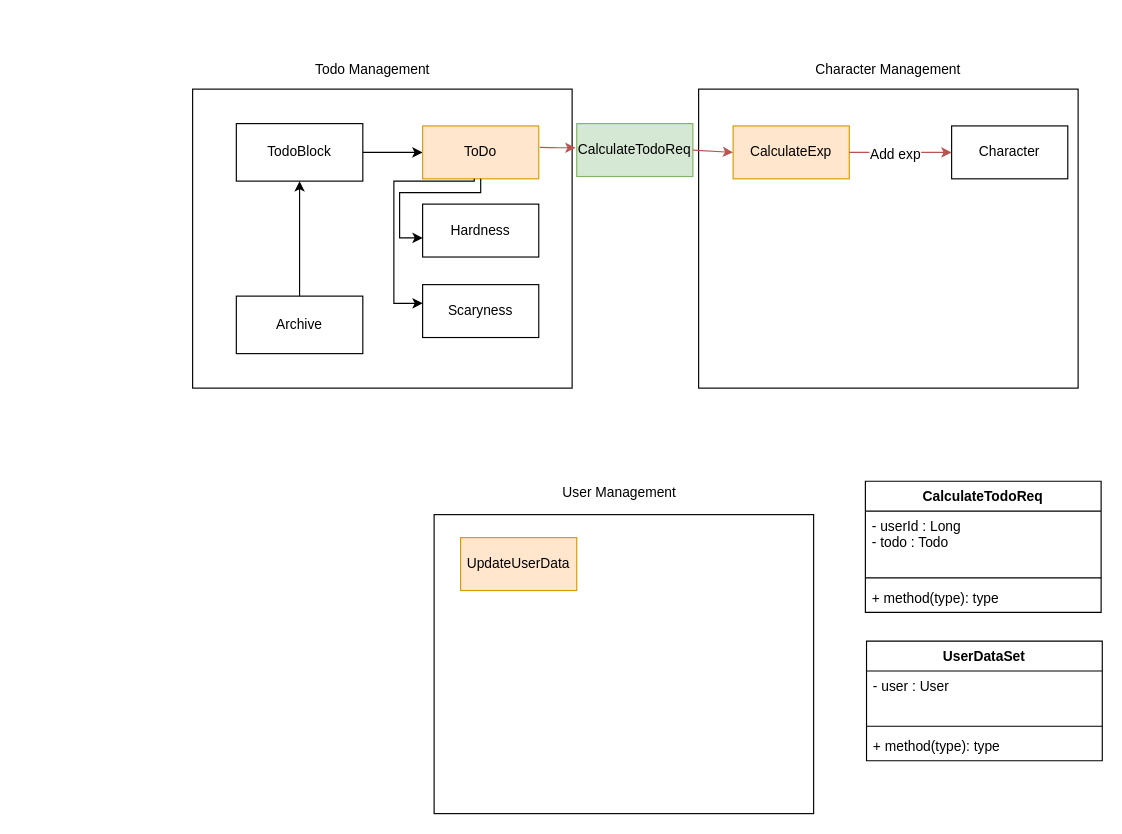
Earlier version of the draw.io diagram Copy of 3projects.drawio (FedosovMax/diagrams). Source tidied: cells renumbered, new cells numbered last; positions are measured from the earlier drawing's top-left corner, leaving out a move shared by most shapes. Both pictures are drawn from the tidied source at 115%, with x=0, y=0 at pixel (192, 57).
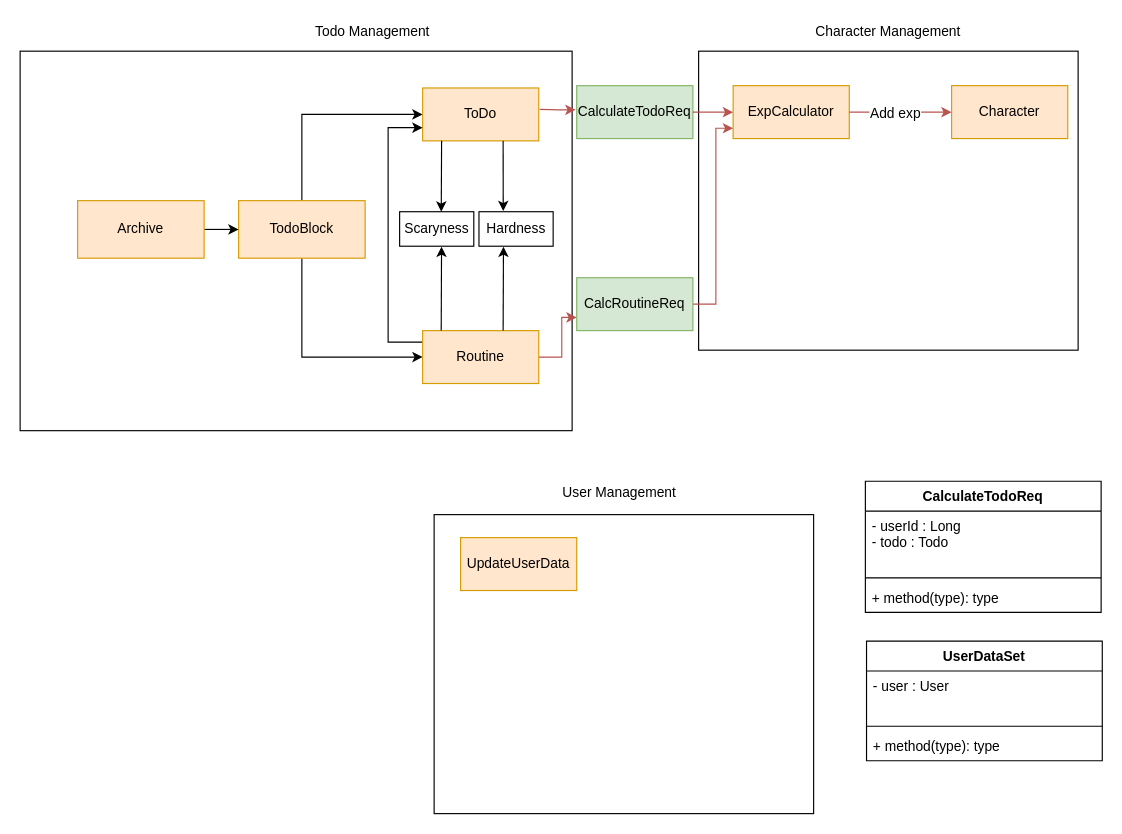
The same diagram, later.

Diff of the diagram source:
```diff
@@
     <mxCell id="2" style="rounded=0;whiteSpace=wrap;html=1;fillColor=none;" parent="1" vertex="1">
-      <mxGeometry y="27" width="330" height="260" as="geometry" />
+      <mxGeometry x="-150" y="-6" width="480" height="330" as="geometry" />
     </mxCell>
     <mxCell id="3" style="rounded=0;whiteSpace=wrap;html=1;fillColor=none;" parent="1" vertex="1">
-      <mxGeometry x="440" y="27" width="330" height="260" as="geometry" />
+      <mxGeometry x="440" y="-6" width="330" height="260" as="geometry" />
     </mxCell>
@@
     <mxCell id="5" value="Todo Management" style="text;html=1;align=left;verticalAlign=top;spacingTop=-4;" parent="1" vertex="1">
-      <mxGeometry x="104.5" width="110" height="20" as="geometry" />
+      <mxGeometry x="104.5" y="-33" width="110" height="20" as="geometry" />
     </mxCell>
     <mxCell id="6" value="Character Management" style="text;html=1;align=left;verticalAlign=top;spacingTop=-4;" parent="1" vertex="1">
-      <mxGeometry x="540" width="140" height="20" as="geometry" />
+      <mxGeometry x="540" y="-33" width="140" height="20" as="geometry" />
     </mxCell>
@@
-    <mxCell id="8" style="edgeStyle=orthogonalEdgeStyle;rounded=0;jettySize=auto;html=1;" parent="1" edge="1" source="9" target="10">
-      <mxGeometry relative="1" as="geometry" />
+    <mxCell id="8" style="edgeStyle=orthogonalEdgeStyle;rounded=0;jettySize=auto;html=1;exitX=0.5;exitY=0;exitDx=0;exitDy=0;" parent="1" edge="1" source="9" target="10">
+      <mxGeometry relative="1" as="geometry">
+        <Array as="points">
+          <mxPoint x="95" y="49" />
+        </Array>
+      </mxGeometry>
     </mxCell>
+    <mxCell id="33" style="edgeStyle=orthogonalEdgeStyle;rounded=0;jettySize=auto;html=1;entryX=0;entryY=0.5;entryDx=0;entryDy=0;exitX=0.5;exitY=1;exitDx=0;exitDy=0;" parent="1" edge="1" source="9" target="36">
+      <mxGeometry relative="1" as="geometry" />
+    </mxCell>
-    <mxCell id="9" value="TodoBlock" style="rounded=0;whiteSpace=wrap;html=1;fillColor=none;" parent="1" vertex="1">
-      <mxGeometry x="38" y="57" width="110" height="50" as="geometry" />
+    <mxCell id="9" value="TodoBlock" style="rounded=0;whiteSpace=wrap;html=1;fillColor=#ffe6cc;strokeColor=#d79b00;" parent="1" vertex="1">
+      <mxGeometry x="40" y="124" width="110" height="50" as="geometry" />
     </mxCell>
     <mxCell id="10" value="ToDo" style="rounded=0;whiteSpace=wrap;html=1;fillColor=#ffe6cc;strokeColor=#d79b00;" parent="1" vertex="1">
-      <mxGeometry x="200" y="59" width="101" height="46" as="geometry" />
+      <mxGeometry x="200" y="26" width="101" height="46" as="geometry" />
     </mxCell>
-    <mxCell id="11" style="edgeStyle=orthogonalEdgeStyle;rounded=0;jettySize=auto;html=1;entryX=0.5;entryY=1;entryDx=0;entryDy=0;" parent="1" edge="1" source="12" target="9">
-      <mxGeometry relative="1" as="geometry" />
+    <mxCell id="11" style="edgeStyle=orthogonalEdgeStyle;rounded=0;jettySize=auto;html=1;entryX=0;entryY=0.5;entryDx=0;entryDy=0;exitX=1;exitY=0.5;exitDx=0;exitDy=0;" parent="1" edge="1" source="12" target="9">
+      <mxGeometry relative="1" as="geometry">
+        <Array as="points">
+          <mxPoint x="40" y="149" />
+          <mxPoint x="40" y="149" />
+        </Array>
+      </mxGeometry>
     </mxCell>
-    <mxCell id="12" value="Archive" style="rounded=0;whiteSpace=wrap;html=1;fillColor=none;" parent="1" vertex="1">
-      <mxGeometry x="38" y="207" width="110" height="50" as="geometry" />
+    <mxCell id="12" value="Archive" style="rounded=0;whiteSpace=wrap;html=1;fillColor=#ffe6cc;strokeColor=#d79b00;" parent="1" vertex="1">
+      <mxGeometry x="-100" y="124" width="110" height="50" as="geometry" />
     </mxCell>
-    <mxCell id="13" value="CalculateExp" style="rounded=0;whiteSpace=wrap;html=1;fillColor=#ffe6cc;strokeColor=#d79b00;" parent="1" vertex="1">
-      <mxGeometry x="470" y="59" width="101" height="46" as="geometry" />
+    <mxCell id="13" value="ExpCalculator" style="rounded=0;whiteSpace=wrap;html=1;fillColor=#ffe6cc;strokeColor=#d79b00;" parent="1" vertex="1">
+      <mxGeometry x="470" y="24" width="101" height="46" as="geometry" />
     </mxCell>
     <mxCell id="14" value="CalculateTodoReq" style="rounded=0;whiteSpace=wrap;html=1;fillColor=#d5e8d4;strokeColor=#82b366;" parent="1" vertex="1">
-      <mxGeometry x="334" y="57" width="101" height="46" as="geometry" />
+      <mxGeometry x="334" y="24" width="101" height="46" as="geometry" />
     </mxCell>
     <mxCell id="15" value="Hardness" style="rounded=0;whiteSpace=wrap;html=1;fillColor=none;" parent="1" vertex="1">
-      <mxGeometry x="200" y="127" width="101" height="46" as="geometry" />
+      <mxGeometry x="249" y="133.6" width="64.5" height="30" as="geometry" />
     </mxCell>
     <mxCell id="16" value="Scaryness" style="rounded=0;whiteSpace=wrap;html=1;fillColor=none;" parent="1" vertex="1">
-      <mxGeometry x="200" y="197" width="101" height="46" as="geometry" />
+      <mxGeometry x="180" y="133.6" width="64.5" height="30" as="geometry" />
     </mxCell>
-    <mxCell id="17" style="edgeStyle=orthogonalEdgeStyle;rounded=0;jettySize=auto;html=1;exitX=0.5;exitY=1;exitDx=0;exitDy=0;entryX=0.001;entryY=0.638;entryDx=0;entryDy=0;entryPerimeter=0;" parent="1" edge="1" source="10" target="15">
-      <mxGeometry relative="1" as="geometry">
-        <Array as="points">
-          <mxPoint x="250" y="117" />
-          <mxPoint x="180" y="117" />
-          <mxPoint x="180" y="156" />
-        </Array>
-      </mxGeometry>
-    </mxCell>
-    <mxCell id="18" style="edgeStyle=orthogonalEdgeStyle;rounded=0;jettySize=auto;html=1;exitX=0.5;exitY=1;exitDx=0;exitDy=0;entryX=0.001;entryY=0.354;entryDx=0;entryDy=0;entryPerimeter=0;" parent="1" edge="1" target="16">
-      <mxGeometry relative="1" as="geometry">
-        <mxPoint x="244.9" y="104.9" as="sourcePoint" />
-        <Array as="points">
-          <mxPoint x="245" y="107" />
-          <mxPoint x="175" y="107" />
-          <mxPoint x="175" y="213" />
-        </Array>
-      </mxGeometry>
-    </mxCell>
     <mxCell id="19" style="endArrow=classic;html=1;exitX=1.009;exitY=0.405;exitDx=0;exitDy=0;exitPerimeter=0;fillColor=#f8cecc;strokeColor=#b85450;" parent="1" edge="1" source="10">
       <mxGeometry relative="1" as="geometry">
-        <mxPoint x="333" y="78" as="targetPoint" />
+        <mxPoint x="333" y="45" as="targetPoint" />
         <Array as="points">
-          <mxPoint x="320" y="78" />
+          <mxPoint x="320" y="45" />
         </Array>
       </mxGeometry>
     </mxCell>
@@
-    <mxCell id="22" value="Character" style="rounded=0;whiteSpace=wrap;html=1;fillColor=none;" parent="1" vertex="1">
-      <mxGeometry x="660" y="59" width="101" height="46" as="geometry" />
+    <mxCell id="22" value="Character" style="rounded=0;whiteSpace=wrap;html=1;fillColor=#ffe6cc;strokeColor=#d79b00;" parent="1" vertex="1">
+      <mxGeometry x="660" y="24" width="101" height="46" as="geometry" />
     </mxCell>
@@
+    <mxCell id="34" style="edgeStyle=orthogonalEdgeStyle;rounded=0;jettySize=auto;html=1;entryX=0;entryY=0.75;entryDx=0;entryDy=0;" parent="1" edge="1" source="36" target="10">
+      <mxGeometry relative="1" as="geometry">
+        <Array as="points">
+          <mxPoint x="170" y="247" />
+          <mxPoint x="170" y="61" />
+        </Array>
+      </mxGeometry>
+    </mxCell>
+    <mxCell id="35" style="edgeStyle=orthogonalEdgeStyle;rounded=0;jettySize=auto;html=1;entryX=0;entryY=0.75;entryDx=0;entryDy=0;fillColor=#f8cecc;strokeColor=#b85450;" parent="1" edge="1" source="36" target="42">
+      <mxGeometry relative="1" as="geometry" />
+    </mxCell>
+    <mxCell id="36" value="Routine" style="rounded=0;whiteSpace=wrap;html=1;fillColor=#ffe6cc;strokeColor=#d79b00;" parent="1" vertex="1">
+      <mxGeometry x="200" y="237" width="101" height="46" as="geometry" />
+    </mxCell>
+    <mxCell id="37" style="endArrow=classic;html=1;exitX=0.16;exitY=0;exitDx=0;exitDy=0;exitPerimeter=0;entryX=0.565;entryY=1.013;entryDx=0;entryDy=0;entryPerimeter=0;" parent="1" edge="1" source="36" target="16">
+      <mxGeometry relative="1" as="geometry" />
+    </mxCell>
+    <mxCell id="38" style="endArrow=classic;html=1;exitX=0.16;exitY=0;exitDx=0;exitDy=0;exitPerimeter=0;entryX=0.565;entryY=1.013;entryDx=0;entryDy=0;entryPerimeter=0;" parent="1" edge="1">
+      <mxGeometry relative="1" as="geometry">
+        <mxPoint x="270" y="237" as="sourcePoint" />
+        <mxPoint x="270.3" y="164" as="targetPoint" />
+      </mxGeometry>
+    </mxCell>
+    <mxCell id="39" style="endArrow=classic;html=1;exitX=0.75;exitY=1;exitDx=0;exitDy=0;entryX=0.417;entryY=-0.02;entryDx=0;entryDy=0;entryPerimeter=0;" parent="1" edge="1">
+      <mxGeometry relative="1" as="geometry">
+        <mxPoint x="270" y="72" as="sourcePoint" />
+        <mxPoint x="270.1" y="133" as="targetPoint" />
+      </mxGeometry>
+    </mxCell>
+    <mxCell id="40" style="endArrow=classic;html=1;exitX=0.124;exitY=0.998;exitDx=0;exitDy=0;exitPerimeter=0;entryX=0.5;entryY=0;entryDx=0;entryDy=0;" parent="1" edge="1">
+      <mxGeometry relative="1" as="geometry">
+        <mxPoint x="216.5" y="71.9" as="sourcePoint" />
+        <mxPoint x="216.2" y="133.6" as="targetPoint" />
+      </mxGeometry>
+    </mxCell>
+    <mxCell id="41" style="edgeStyle=orthogonalEdgeStyle;rounded=0;jettySize=auto;html=1;fillColor=#f8cecc;strokeColor=#b85450;" parent="1" edge="1" source="42" target="13">
+      <mxGeometry relative="1" as="geometry">
+        <Array as="points">
+          <mxPoint x="455" y="214" />
+          <mxPoint x="455" y="61" />
+        </Array>
+      </mxGeometry>
+    </mxCell>
+    <mxCell id="42" value="CalcRoutineReq" style="rounded=0;whiteSpace=wrap;html=1;fillColor=#d5e8d4;strokeColor=#82b366;" parent="1" vertex="1">
+      <mxGeometry x="334" y="191" width="101" height="46" as="geometry" />
+    </mxCell>
```
